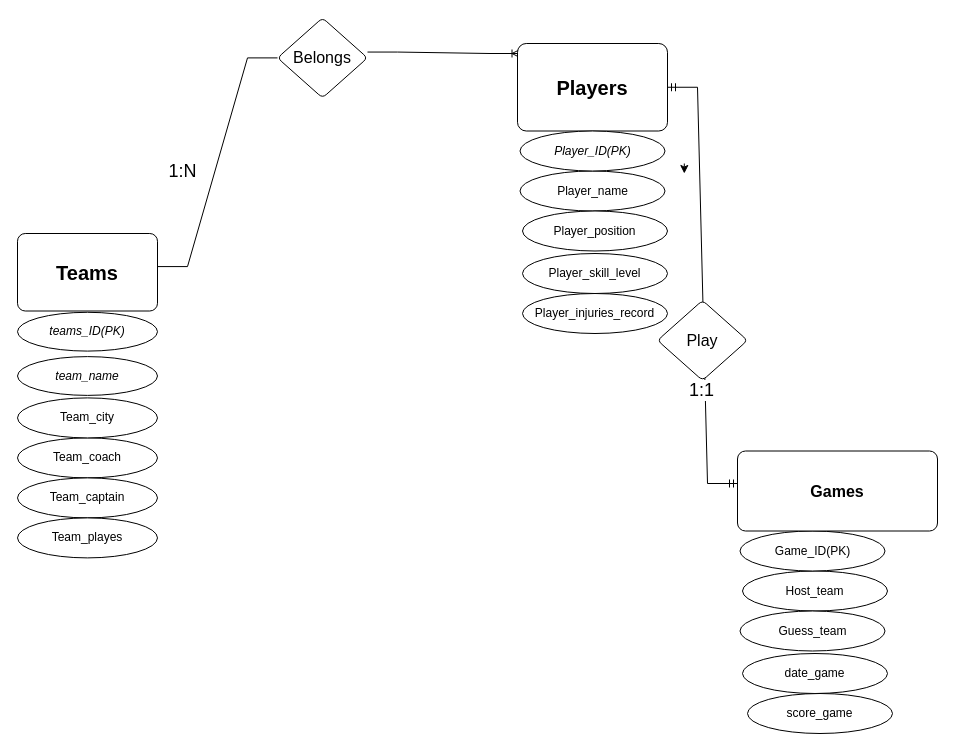
This is Untitled Diagram.drawio from PriFlores/HR-Database, a draw.io file, before an edit. Source tidied: cells renumbered, new cells numbered last; positions are measured from the earlier drawing's top-left corner, leaving out a move shared by most shapes. Both pictures are drawn from the tidied source at 100%, with x=0, y=0 at pixel (17, 17).
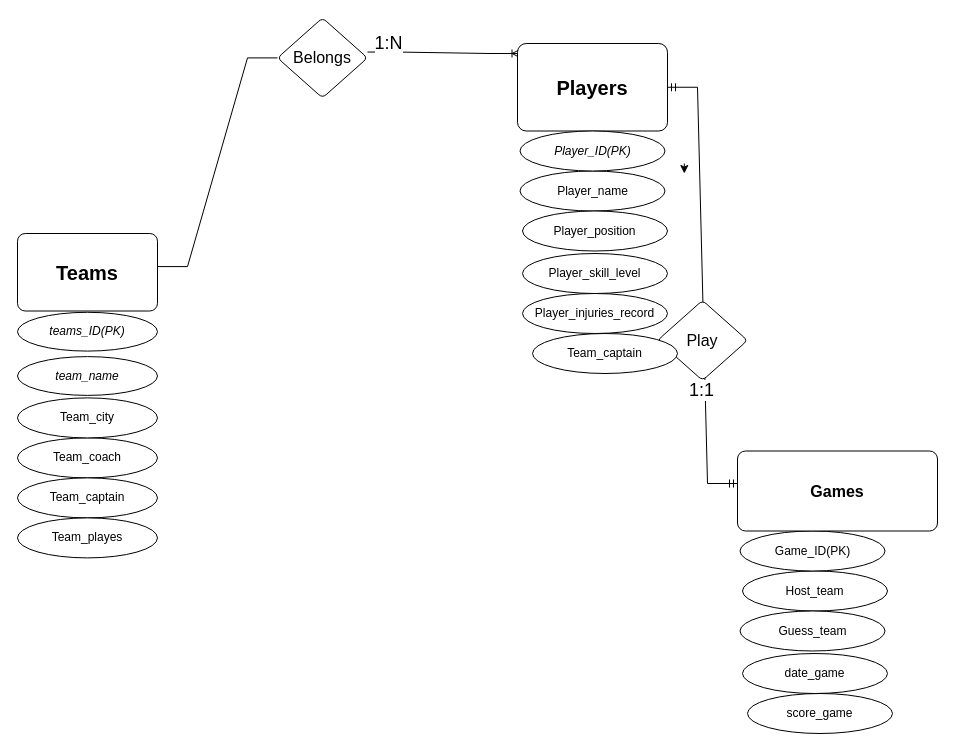
The same diagram, later.

Unchanged cells that the change refers to:
```xml
<mxCell id="28" style="edgeStyle=entityRelationEdgeStyle;fontSize=12;html=1;endArrow=none;rounded=0;fontColor=none;exitX=1;exitY=0.427;exitDx=0;exitDy=0;exitPerimeter=0;" parent="1" edge="1" source="4" target="27">
  <mxGeometry relative="1" as="geometry" />
</mxCell>
```

The edit, as a diff of the source:
```diff
@@
     <mxCell id="29" value="1:N" style="edgeLabel;html=1;align=center;verticalAlign=middle;fontSize=18;fontColor=none;" parent="28" vertex="1">
       <mxGeometry x="-0.07" y="2" relative="1" as="geometry">
-        <mxPoint x="-31" as="offset" />
+        <mxPoint x="175" y="-128" as="offset" />
       </mxGeometry>
     </mxCell>
+    <mxCell id="30" value="Team_captain" style="ellipse;whiteSpace=wrap;html=1;align=center;" parent="1" vertex="1">
+      <mxGeometry x="515" y="316" width="145" height="40" as="geometry" />
+    </mxCell>
```
